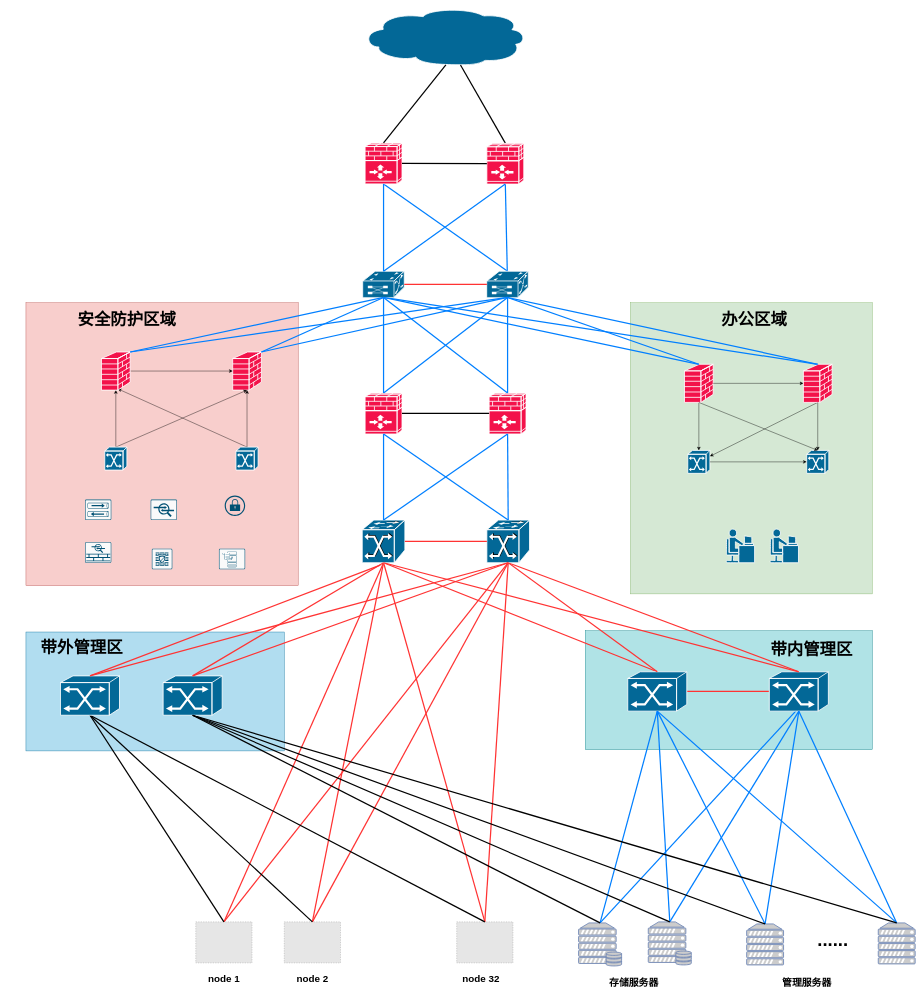
Before: 数据中心组网-32nodes.drawio in hel-2000/network-draw, a draw.io diagram. Source tidied: cells renumbered, new cells numbered last; positions are measured from the earlier drawing's top-left corner, leaving out a move shared by most shapes. Both pictures are drawn from the tidied source at 41%, with x=0, y=0 at pixel (7, 7). Pictures stored in the file or linked from it are replaced by grey dashed boxes.
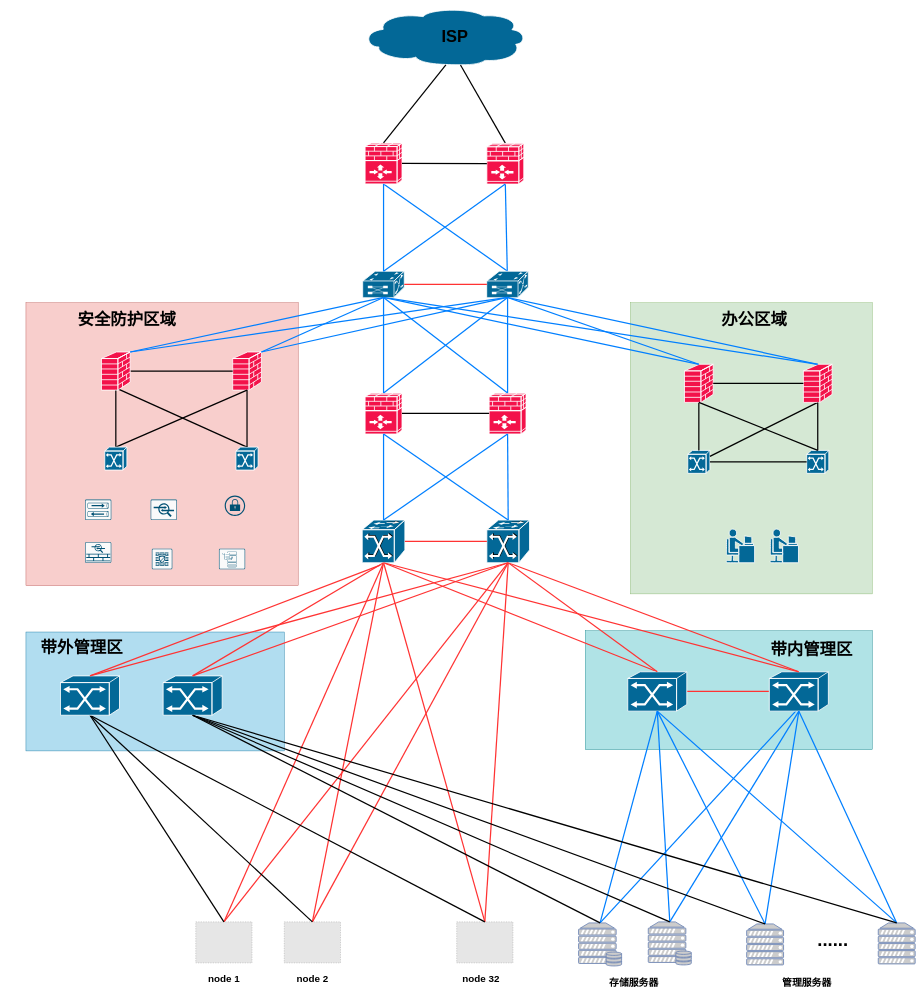
After the change.

Commit message (it also covers changes not shown here):
更新数据中心组网-32nodes.drawio

Unchanged cells that the change refers to:
```xml
<mxCell id="17" style="shape=mxgraph.cisco.security.firewall;sketch=0;html=1;dashed=0;fillColor=#f3124a;strokeColor=#ffffff;strokeWidth=2;verticalLabelPosition=bottom;verticalAlign=top;align=center;outlineConnect=0;" parent="1" vertex="1">
  <mxGeometry x="550" y="840" width="70" height="93" as="geometry" />
</mxCell>
<mxCell id="33" style="shape=mxgraph.cisco.switches.atm_switch;sketch=0;html=1;dashed=0;fillColor=#036897;strokeColor=#ffffff;strokeWidth=2;verticalLabelPosition=bottom;verticalAlign=top;align=center;outlineConnect=0;" parent="1" vertex="1">
  <mxGeometry x="1660" y="1080" width="54" height="56" as="geometry" />
</mxCell>
<mxCell id="34" style="shape=mxgraph.cisco.switches.atm_switch;sketch=0;html=1;dashed=0;fillColor=#036897;strokeColor=#ffffff;strokeWidth=2;verticalLabelPosition=bottom;verticalAlign=top;align=center;outlineConnect=0;" parent="1" vertex="1">
  <mxGeometry x="1950" y="1080" width="54" height="56" as="geometry" />
</mxCell>
<mxCell id="37" style="shape=mxgraph.cisco.switches.atm_switch;sketch=0;html=1;dashed=0;fillColor=#036897;strokeColor=#ffffff;strokeWidth=2;verticalLabelPosition=bottom;verticalAlign=top;align=center;outlineConnect=0;" parent="1" vertex="1">
  <mxGeometry x="238" y="1072" width="54" height="56" as="geometry" />
</mxCell>
<mxCell id="39" style="shape=mxgraph.cisco.switches.atm_switch;sketch=0;html=1;dashed=0;fillColor=#036897;strokeColor=#ffffff;strokeWidth=2;verticalLabelPosition=bottom;verticalAlign=top;align=center;outlineConnect=0;" parent="1" vertex="1">
  <mxGeometry x="558" y="1072" width="54" height="56" as="geometry" />
</mxCell>
<mxCell id="47" style="shape=mxgraph.cisco.security.firewall;sketch=0;html=1;dashed=0;fillColor=#f3124a;strokeColor=#ffffff;strokeWidth=2;verticalLabelPosition=bottom;verticalAlign=top;align=center;outlineConnect=0;" parent="1" vertex="1">
  <mxGeometry x="230" y="840" width="70" height="93" as="geometry" />
</mxCell>
<mxCell id="49" style="shape=mxgraph.cisco.security.firewall;sketch=0;html=1;dashed=0;fillColor=#f3124a;strokeColor=#ffffff;strokeWidth=2;verticalLabelPosition=bottom;verticalAlign=top;align=center;outlineConnect=0;" parent="1" vertex="1">
  <mxGeometry x="1652" y="870" width="70" height="93" as="geometry" />
</mxCell>
<mxCell id="51" style="shape=mxgraph.cisco.security.firewall;sketch=0;html=1;dashed=0;fillColor=#f3124a;strokeColor=#ffffff;strokeWidth=2;verticalLabelPosition=bottom;verticalAlign=top;align=center;outlineConnect=0;" parent="1" vertex="1">
  <mxGeometry x="1942" y="870" width="70" height="93" as="geometry" />
</mxCell>
```

What changed in the source:
```diff
@@
-    <mxCell id="35" style="rounded=0;jettySize=auto;html=1;exitX=0.5;exitY=0;exitDx=0;exitDy=0;exitPerimeter=0;" parent="1" edge="1" source="37" target="47">
+    <mxCell id="35" style="rounded=0;jettySize=auto;html=1;exitX=0.5;exitY=0;exitDx=0;exitDy=0;exitPerimeter=0;endArrow=none;strokeWidth=3;endFill=0;" parent="1" edge="1" source="37" target="47">
       <mxGeometry relative="1" as="geometry" />
     </mxCell>
-    <mxCell id="36" style="rounded=0;jettySize=auto;html=1;exitX=0.5;exitY=0;exitDx=0;exitDy=0;exitPerimeter=0;entryX=0.5;entryY=1;entryDx=0;entryDy=0;entryPerimeter=0;" parent="1" edge="1" source="37" target="17">
+    <mxCell id="36" style="rounded=0;jettySize=auto;html=1;exitX=0.5;exitY=0;exitDx=0;exitDy=0;exitPerimeter=0;entryX=0.5;entryY=1;entryDx=0;entryDy=0;entryPerimeter=0;endArrow=none;strokeWidth=3;endFill=0;" parent="1" edge="1" source="37" target="17">
       <mxGeometry relative="1" as="geometry" />
     </mxCell>
@@
-    <mxCell id="38" style="rounded=0;jettySize=auto;html=1;exitX=0.5;exitY=0;exitDx=0;exitDy=0;exitPerimeter=0;" parent="1" edge="1" source="39">
+    <mxCell id="38" style="rounded=0;jettySize=auto;html=1;exitX=0.5;exitY=0;exitDx=0;exitDy=0;exitPerimeter=0;endArrow=none;strokeWidth=3;endFill=0;" parent="1" edge="1" source="39">
       <mxGeometry relative="1" as="geometry">
         <mxPoint x="270" y="930" as="targetPoint" />
       </mxGeometry>
     </mxCell>
@@
-    <mxCell id="46" style="edgeStyle=orthogonalEdgeStyle;rounded=0;jettySize=auto;html=1;exitX=1;exitY=0.5;exitDx=0;exitDy=0;exitPerimeter=0;" parent="1" edge="1" source="47" target="17">
+    <mxCell id="46" style="edgeStyle=orthogonalEdgeStyle;rounded=0;jettySize=auto;html=1;exitX=1;exitY=0.5;exitDx=0;exitDy=0;exitPerimeter=0;endArrow=none;strokeWidth=3;endFill=0;" parent="1" edge="1" source="47" target="17">
       <mxGeometry relative="1" as="geometry" />
     </mxCell>
@@
-    <mxCell id="48" style="rounded=0;jettySize=auto;html=1;exitX=0.5;exitY=1;exitDx=0;exitDy=0;exitPerimeter=0;" parent="1" edge="1" source="49" target="33">
+    <mxCell id="48" style="rounded=0;jettySize=auto;html=1;exitX=0.5;exitY=1;exitDx=0;exitDy=0;exitPerimeter=0;endArrow=none;strokeWidth=3;endFill=0;" parent="1" edge="1" source="49" target="33">
       <mxGeometry relative="1" as="geometry" />
     </mxCell>
@@
-    <mxCell id="50" style="rounded=0;jettySize=auto;html=1;exitX=0.5;exitY=1;exitDx=0;exitDy=0;exitPerimeter=0;" parent="1" edge="1" source="51" target="33">
+    <mxCell id="50" style="rounded=0;jettySize=auto;html=1;exitX=0.5;exitY=1;exitDx=0;exitDy=0;exitPerimeter=0;endArrow=none;strokeWidth=3;endFill=0;" parent="1" edge="1" source="51" target="33">
       <mxGeometry relative="1" as="geometry" />
     </mxCell>
@@
-    <mxCell id="74" style="rounded=0;jettySize=auto;html=1;exitX=0.5;exitY=0;exitDx=0;exitDy=0;exitPerimeter=0;entryX=0.5;entryY=1;entryDx=0;entryDy=0;entryPerimeter=0;" parent="1" edge="1" source="39" target="17">
+    <mxCell id="74" style="rounded=0;jettySize=auto;html=1;exitX=0.5;exitY=0;exitDx=0;exitDy=0;exitPerimeter=0;entryX=0.5;entryY=1;entryDx=0;entryDy=0;entryPerimeter=0;endArrow=none;strokeWidth=3;endFill=0;" parent="1" edge="1" source="39" target="17">
       <mxGeometry relative="1" as="geometry" />
     </mxCell>
@@
-    <mxCell id="80" style="edgeStyle=orthogonalEdgeStyle;rounded=0;jettySize=auto;html=1;exitX=1;exitY=0.5;exitDx=0;exitDy=0;exitPerimeter=0;entryX=0;entryY=0.5;entryDx=0;entryDy=0;entryPerimeter=0;" parent="1" edge="1" source="49" target="51">
+    <mxCell id="80" style="edgeStyle=orthogonalEdgeStyle;rounded=0;jettySize=auto;html=1;exitX=1;exitY=0.5;exitDx=0;exitDy=0;exitPerimeter=0;entryX=0;entryY=0.5;entryDx=0;entryDy=0;entryPerimeter=0;endArrow=none;strokeWidth=3;endFill=0;" parent="1" edge="1" source="49" target="51">
       <mxGeometry relative="1" as="geometry" />
     </mxCell>
-    <mxCell id="81" style="rounded=0;jettySize=auto;html=1;exitX=0.5;exitY=1;exitDx=0;exitDy=0;exitPerimeter=0;entryX=0.5;entryY=0;entryDx=0;entryDy=0;entryPerimeter=0;" parent="1" edge="1" source="51" target="34">
+    <mxCell id="81" style="rounded=0;jettySize=auto;html=1;exitX=0.5;exitY=1;exitDx=0;exitDy=0;exitPerimeter=0;entryX=0.5;entryY=0;entryDx=0;entryDy=0;entryPerimeter=0;endArrow=none;strokeWidth=3;endFill=0;" parent="1" edge="1" source="51" target="34">
       <mxGeometry relative="1" as="geometry" />
     </mxCell>
-    <mxCell id="82" style="edgeStyle=orthogonalEdgeStyle;rounded=0;jettySize=auto;html=1;exitX=1;exitY=0.5;exitDx=0;exitDy=0;exitPerimeter=0;entryX=0;entryY=0.5;entryDx=0;entryDy=0;entryPerimeter=0;" parent="1" edge="1" source="33" target="34">
+    <mxCell id="82" style="edgeStyle=orthogonalEdgeStyle;rounded=0;jettySize=auto;html=1;exitX=1;exitY=0.5;exitDx=0;exitDy=0;exitPerimeter=0;entryX=0;entryY=0.5;entryDx=0;entryDy=0;entryPerimeter=0;endArrow=none;strokeWidth=3;endFill=0;" parent="1" edge="1" source="33" target="34">
       <mxGeometry relative="1" as="geometry" />
     </mxCell>
-    <mxCell id="83" style="rounded=0;jettySize=auto;html=1;exitX=0.5;exitY=1;exitDx=0;exitDy=0;exitPerimeter=0;entryX=0.5;entryY=0;entryDx=0;entryDy=0;entryPerimeter=0;" parent="1" edge="1" source="49" target="34">
+    <mxCell id="83" style="rounded=0;jettySize=auto;html=1;exitX=0.5;exitY=1;exitDx=0;exitDy=0;exitPerimeter=0;entryX=0.5;entryY=0;entryDx=0;entryDy=0;entryPerimeter=0;endArrow=none;strokeWidth=3;endFill=0;" parent="1" edge="1" source="49" target="34">
       <mxGeometry relative="1" as="geometry" />
     </mxCell>
@@
+    <mxCell id="119" value="&lt;font size=&quot;1&quot; style=&quot;&quot;&gt;&lt;b style=&quot;font-size: 40px;&quot;&gt;ISP&lt;/b&gt;&lt;/font&gt;" style="text;strokeColor=none;align=center;fillColor=none;html=1;verticalAlign=middle;whiteSpace=wrap;rounded=0;" parent="1" vertex="1">
+      <mxGeometry x="910.4" y="40" width="363.6" height="60" as="geometry" />
+    </mxCell>
```
